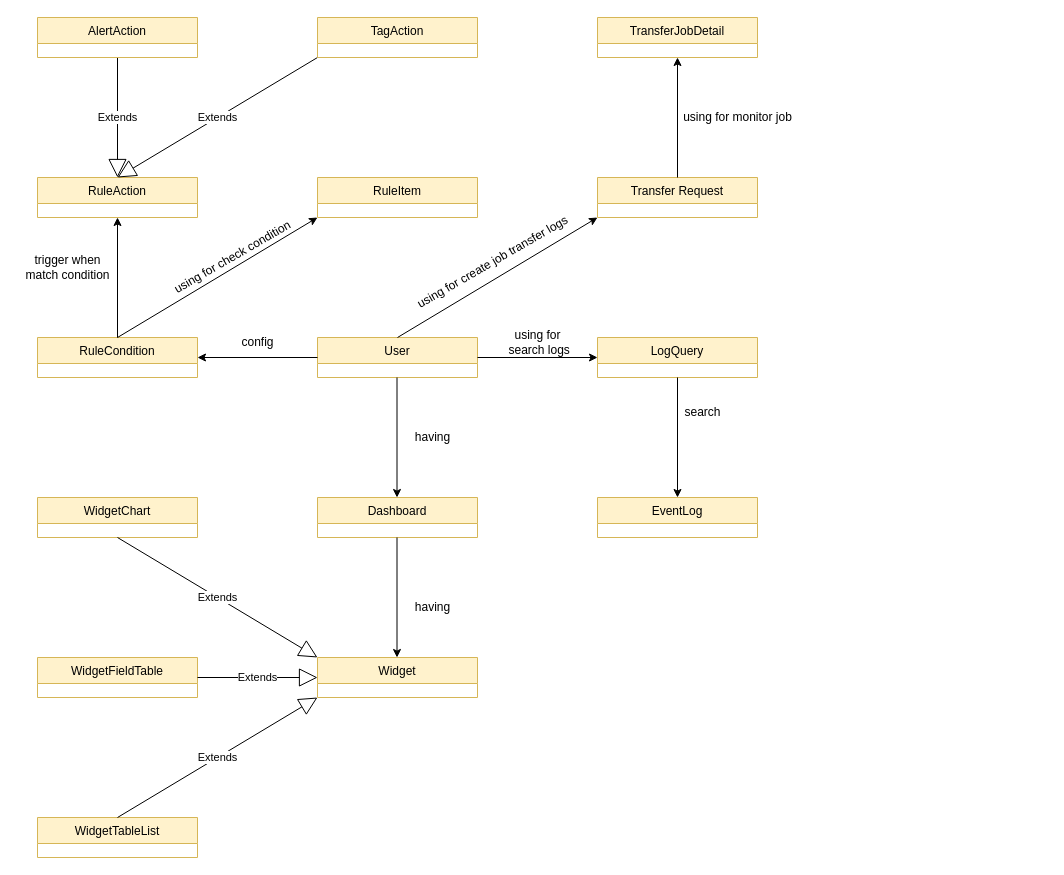
ndhcoder/my-configs keeps this draw.io diagram as Untitled Diagram.drawio. Above is the earlier version. Source tidied: cells renumbered, new cells numbered last; positions are measured from the earlier drawing's top-left corner, leaving out a move shared by most shapes. Both pictures are drawn from the tidied source at 100%, with x=0, y=0 at pixel (17, 17).
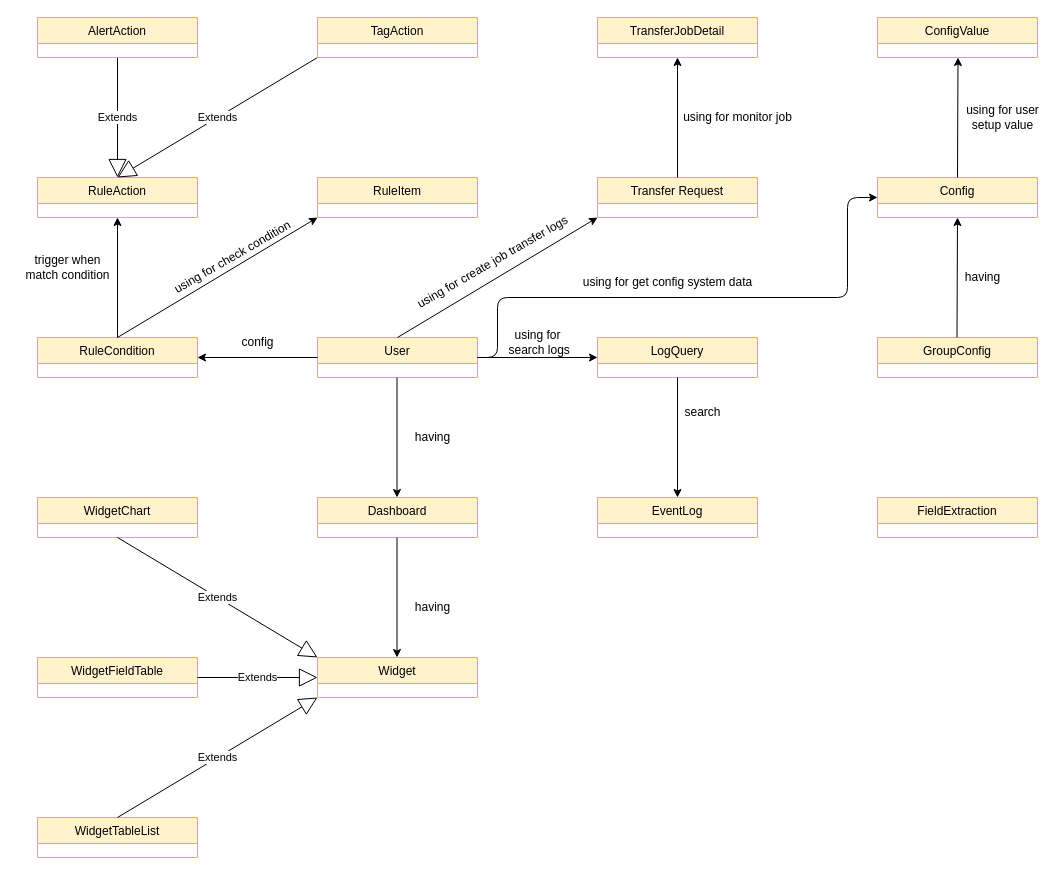
The same page after the edit.

What changed in the source:
```diff
@@
+    <mxCell id="40" value="ConfigValue" style="swimlane;fontStyle=0;align=center;verticalAlign=top;horizontal=1;startSize=26;rounded=0;shadow=0;strokeWidth=1;fillColor=#fff2cc;strokeColor=#d6b656;" parent="1" vertex="1">
+      <mxGeometry x="860" width="160" height="40" as="geometry" />
+    </mxCell>
@@
+    <mxCell id="41" value="GroupConfig" style="swimlane;fontStyle=0;align=center;verticalAlign=top;horizontal=1;startSize=26;rounded=0;shadow=0;strokeWidth=1;fillColor=#fff2cc;strokeColor=#d6b656;" parent="1" vertex="1">
+      <mxGeometry x="860" y="320" width="160" height="40" as="geometry" />
+    </mxCell>
+    <mxCell id="42" value="Config" style="swimlane;fontStyle=0;align=center;verticalAlign=top;horizontal=1;startSize=26;rounded=0;shadow=0;strokeWidth=1;fillColor=#fff2cc;strokeColor=#d6b656;" parent="1" vertex="1">
+      <mxGeometry x="860" y="160" width="160" height="40" as="geometry" />
+    </mxCell>
+    <mxCell id="43" style="endArrow=classic;html=1;entryX=0;entryY=0.5;entryDx=0;entryDy=0;" parent="1" edge="1" target="42">
+      <mxGeometry relative="1" as="geometry">
+        <mxPoint x="460" y="340" as="sourcePoint" />
+        <Array as="points">
+          <mxPoint x="480" y="340" />
+          <mxPoint x="480" y="280" />
+          <mxPoint x="830" y="280" />
+          <mxPoint x="830" y="180" />
+        </Array>
+      </mxGeometry>
+    </mxCell>
+    <mxCell id="44" value="using for get config system data" style="text;html=1;align=center;verticalAlign=middle;" parent="1" vertex="1">
+      <mxGeometry x="560" y="255" width="180" height="20" as="geometry" />
+    </mxCell>
+    <mxCell id="45" style="endArrow=classic;html=1;entryX=0.5;entryY=1;entryDx=0;entryDy=0;exitX=0.5;exitY=1;exitDx=0;exitDy=0;" parent="1" edge="1" target="42">
+      <mxGeometry relative="1" as="geometry">
+        <mxPoint x="939.5" y="320" as="sourcePoint" />
+      </mxGeometry>
+    </mxCell>
+    <mxCell id="46" value="having" style="text;html=1;align=center;verticalAlign=middle;" parent="1" vertex="1">
+      <mxGeometry x="940" y="250" width="50" height="20" as="geometry" />
+    </mxCell>
+    <mxCell id="47" style="endArrow=classic;html=1;entryX=0.5;entryY=1;entryDx=0;entryDy=0;exitX=0.5;exitY=1;exitDx=0;exitDy=0;" parent="1" edge="1">
+      <mxGeometry relative="1" as="geometry">
+        <mxPoint x="940" y="160" as="sourcePoint" />
+        <mxPoint x="940.5" y="40" as="targetPoint" />
+      </mxGeometry>
+    </mxCell>
+    <mxCell id="48" value="using for user &lt;br&gt;setup value" style="text;html=1;align=center;verticalAlign=middle;" parent="1" vertex="1">
+      <mxGeometry x="940" y="85" width="90" height="30" as="geometry" />
+    </mxCell>
+    <mxCell id="49" value="FieldExtraction" style="swimlane;fontStyle=0;align=center;verticalAlign=top;horizontal=1;startSize=26;rounded=0;shadow=0;strokeWidth=1;fillColor=#fff2cc;strokeColor=#d6b656;" parent="1" vertex="1">
+      <mxGeometry x="860" y="480" width="160" height="40" as="geometry" />
+    </mxCell>
```
